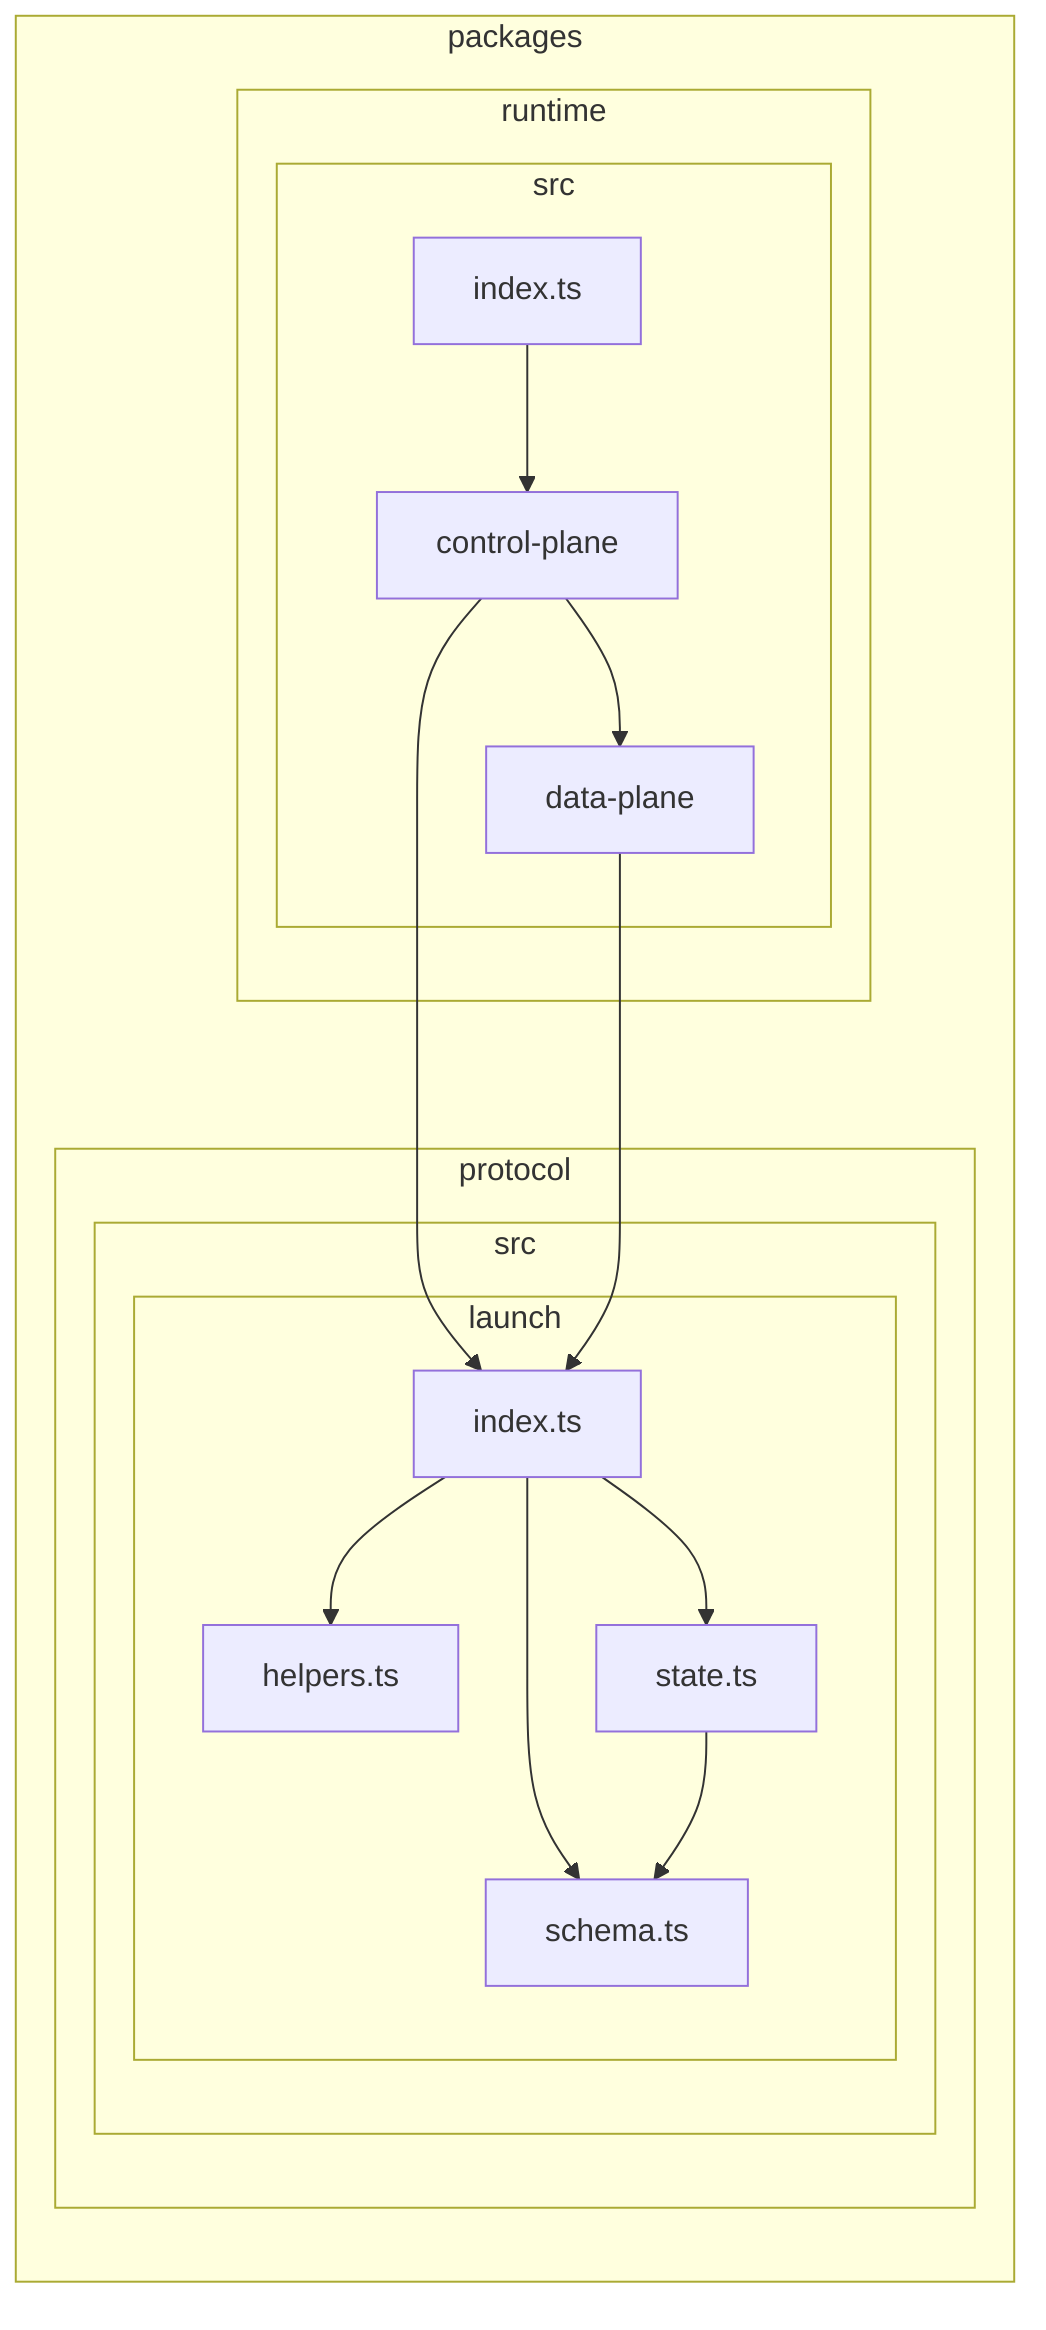
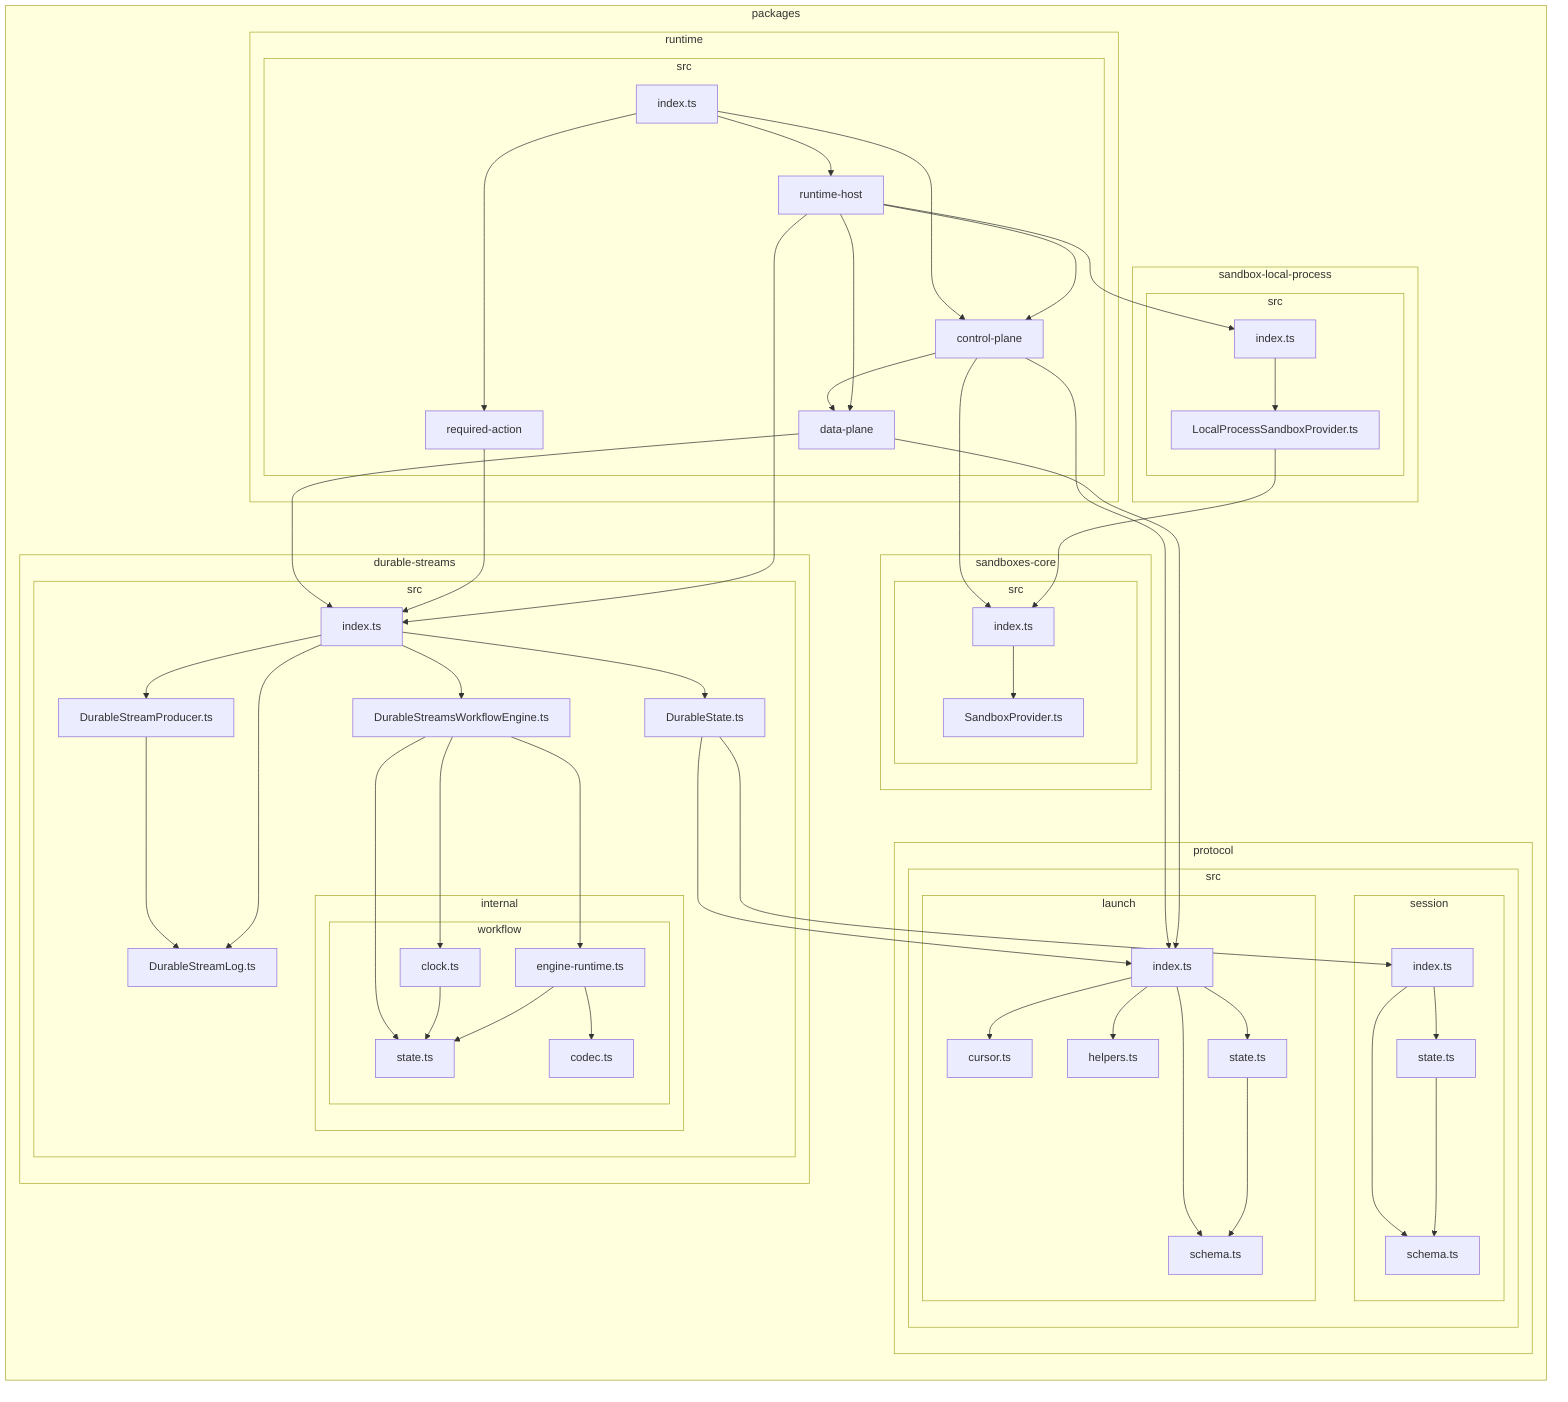
flowchart LR

subgraph 0["packages"]
- subgraph 1["protocol"]
+ subgraph 1["durable-streams"]
subgraph 2["src"]
- subgraph 3["launch"]
- 4["helpers.ts"]
- 5["index.ts"]
- 6["schema.ts"]
- 7["state.ts"]
+ 3["DurableState.ts"]
+ 4["DurableStreamLog.ts"]
+ 5["DurableStreamProducer.ts"]
+ 6["DurableStreamsWorkflowEngine.ts"]
+ 7["index.ts"]
+ subgraph 8["internal"]
+ subgraph 9["workflow"]
+ A["clock.ts"]
+ B["codec.ts"]
+ C["engine-runtime.ts"]
+ D["state.ts"]
end
end
end
- subgraph 8["runtime"]
- subgraph 9["src"]
- A["control-plane"]
- B["data-plane"]
- C["index.ts"]
+ end
+ subgraph E["protocol"]
+ subgraph F["src"]
+ subgraph G["launch"]
+ H["cursor.ts"]
+ I["helpers.ts"]
+ J["index.ts"]
+ K["schema.ts"]
+ L["state.ts"]
+ end
+ subgraph M["session"]
+ N["index.ts"]
+ O["schema.ts"]
+ P["state.ts"]
end
end
end
+ subgraph Q["runtime"]
+ subgraph R["src"]
+ S["control-plane"]
+ T["data-plane"]
+ U["index.ts"]
+ V["required-action"]
+ W["runtime-host"]
+ end
+ end
+ subgraph X["sandbox-local-process"]
+ subgraph Y["src"]
+ Z["LocalProcessSandboxProvider.ts"]
+ 10["index.ts"]
+ end
+ end
+ subgraph 11["sandboxes-core"]
+ subgraph 12["src"]
+ 13["SandboxProvider.ts"]
+ 14["index.ts"]
+ end
+ end
+ end
+ 3-->J
+ 3-->N
5-->4
- 5-->6
- 5-->7
+ 6-->A
+ 6-->C
+ 6-->D
+ 7-->3
+ 7-->4
+ 7-->5
7-->6
- A-->B
- A-->5
- B-->5
- C-->A
+ A-->D
+ C-->B
+ C-->D
+ J-->H
+ J-->I
+ J-->K
+ J-->L
+ L-->K
+ N-->O
+ N-->P
+ P-->O
+ S-->T
+ S-->J
+ S-->14
+ T-->7
+ T-->J
+ U-->S
+ U-->V
+ U-->W
+ V-->7
+ W-->S
+ W-->T
+ W-->7
+ W-->10
+ Z-->14
+ 10-->Z
+ 14-->13
